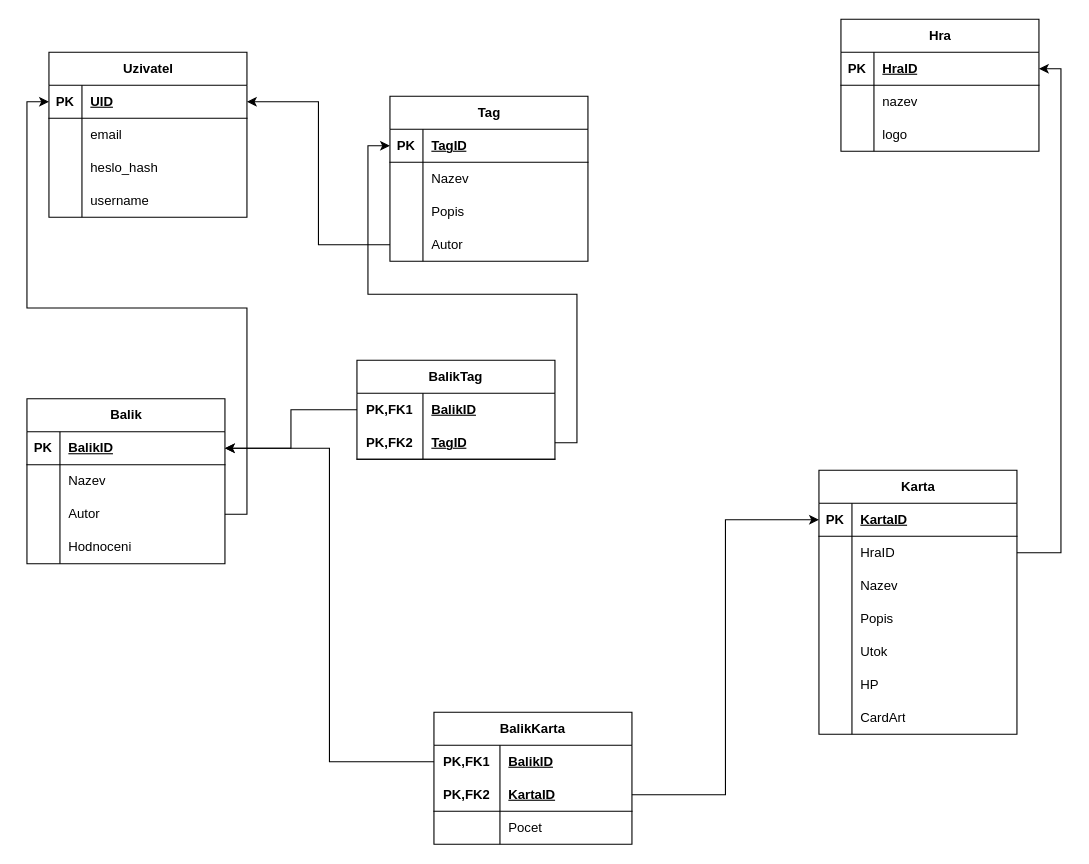
Above: Untitled Diagram.drawio in mtjchm/dobraOtazka (draw.io), before the change. Source tidied: cells renumbered, new cells numbered last; positions are measured from the earlier drawing's top-left corner, leaving out a move shared by most shapes. Both pictures are drawn from the tidied source at 110%, with x=0, y=0 at pixel (26, 19).
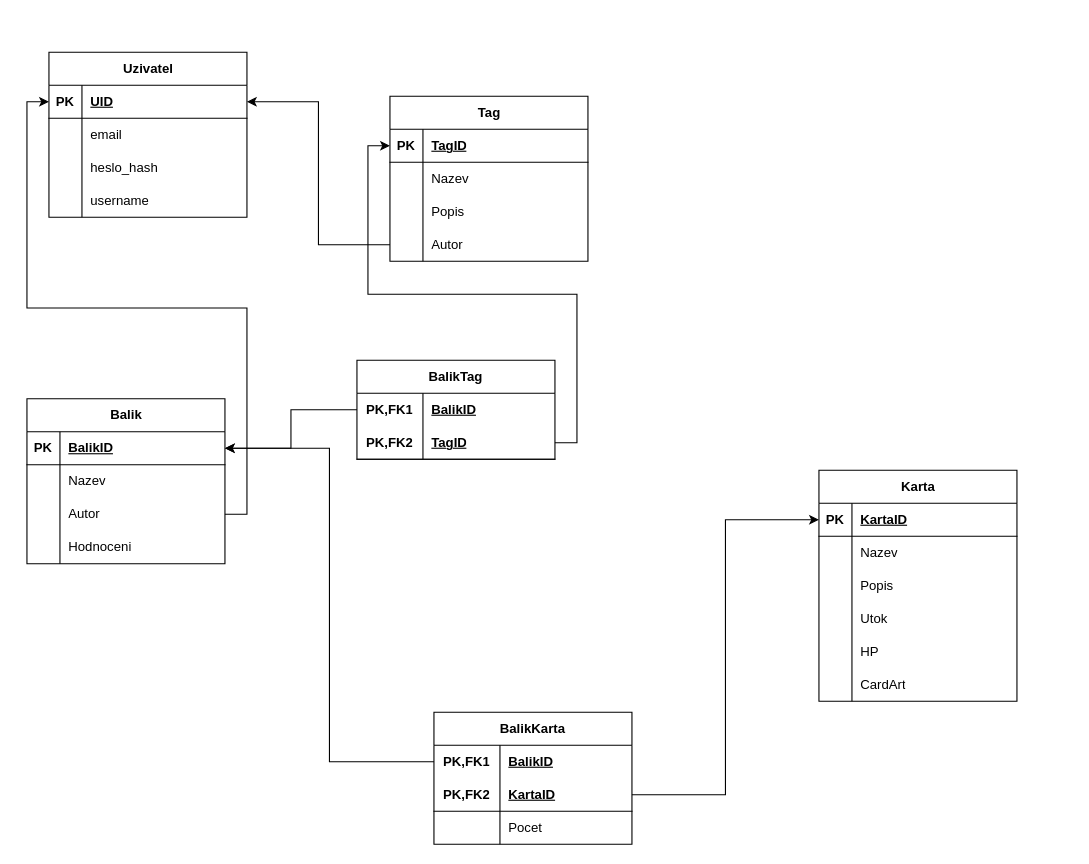
The same diagram, later.

Commit message (it also covers changes not shown here):
Update SQL and drawio diagram

Change to the diagram source:
```diff
@@
-    <mxCell id="15" value="Hra" style="shape=table;startSize=30;childLayout=tableLayout;rowLines=0;fontStyle=1;align=center;html=1;" parent="1" vertex="1">
-      <mxGeometry x="740" width="180" height="120" as="geometry" />
-    </mxCell>
-    <mxCell id="16" style="shape=tableRow;horizontal=0;startSize=0;swimlaneHead=0;swimlaneBody=0;fillColor=none;points=[[0,0.5],[1,0.5]];portConstraint=eastwest;top=0;left=0;right=0;bottom=1;" parent="15" vertex="1">
-      <mxGeometry y="30" width="180" height="30" as="geometry" />
-    </mxCell>
-    <mxCell id="17" value="PK" style="shape=partialRectangle;fillColor=none;top=0;left=0;bottom=0;right=0;fontStyle=1;overflow=hidden;whiteSpace=wrap;html=1;" parent="16" vertex="1">
-      <mxGeometry width="30" height="30" as="geometry" />
-    </mxCell>
-    <mxCell id="18" value="HraID" style="shape=partialRectangle;fillColor=none;top=0;left=0;bottom=0;right=0;align=left;spacingLeft=6;fontStyle=5;overflow=hidden;whiteSpace=wrap;html=1;" parent="16" vertex="1">
-      <mxGeometry x="30" width="150" height="30" as="geometry" />
-    </mxCell>
-    <mxCell id="19" style="shape=tableRow;horizontal=0;startSize=0;swimlaneHead=0;swimlaneBody=0;fillColor=none;top=0;left=0;right=0;bottom=0;" parent="15" vertex="1">
-      <mxGeometry y="60" width="180" height="30" as="geometry" />
-    </mxCell>
-    <mxCell id="20" style="shape=partialRectangle;fillColor=none;top=0;left=0;bottom=0;right=0;overflow=hidden;whiteSpace=wrap;html=1;" parent="19" vertex="1">
-      <mxGeometry width="30" height="30" as="geometry" />
-    </mxCell>
-    <mxCell id="21" value="nazev" style="shape=partialRectangle;fillColor=none;top=0;left=0;bottom=0;right=0;align=left;spacingLeft=6;overflow=hidden;whiteSpace=wrap;html=1;" parent="19" vertex="1">
-      <mxGeometry x="30" width="150" height="30" as="geometry" />
-    </mxCell>
-    <mxCell id="22" style="shape=tableRow;horizontal=0;startSize=0;swimlaneHead=0;swimlaneBody=0;fillColor=none;top=0;left=0;right=0;bottom=0;" parent="15" vertex="1">
-      <mxGeometry y="90" width="180" height="30" as="geometry" />
-    </mxCell>
-    <mxCell id="23" style="shape=partialRectangle;fillColor=none;top=0;left=0;bottom=0;right=0;overflow=hidden;whiteSpace=wrap;html=1;" parent="22" vertex="1">
-      <mxGeometry width="30" height="30" as="geometry" />
-    </mxCell>
-    <mxCell id="24" value="logo" style="shape=partialRectangle;fillColor=none;top=0;left=0;bottom=0;right=0;align=left;spacingLeft=6;overflow=hidden;whiteSpace=wrap;html=1;" parent="22" vertex="1">
-      <mxGeometry x="30" width="150" height="30" as="geometry" />
-    </mxCell>
     <mxCell id="25" value="Karta" style="shape=table;startSize=30;childLayout=tableLayout;rowLines=0;fontStyle=1;align=center;html=1;" parent="1" vertex="1">
-      <mxGeometry x="720" y="410" width="180" height="240" as="geometry" />
+      <mxGeometry x="720" y="410" width="180" height="210" as="geometry" />
     </mxCell>
@@
-    <mxCell id="29" style="shape=tableRow;horizontal=0;startSize=0;swimlaneHead=0;swimlaneBody=0;fillColor=none;points=[[0,0.5],[1,0.5]];portConstraint=eastwest;top=0;left=0;right=0;bottom=0;" parent="25" vertex="1">
-      <mxGeometry y="60" width="180" height="30" as="geometry" />
-    </mxCell>
-    <mxCell id="30" style="shape=partialRectangle;fillColor=none;top=0;left=0;bottom=0;right=0;overflow=hidden;whiteSpace=wrap;html=1;" parent="29" vertex="1">
-      <mxGeometry width="30" height="30" as="geometry" />
-    </mxCell>
-    <mxCell id="31" value="HraID" style="shape=partialRectangle;fillColor=none;top=0;left=0;bottom=0;right=0;align=left;spacingLeft=6;overflow=hidden;whiteSpace=wrap;html=1;" parent="29" vertex="1">
-      <mxGeometry x="30" width="150" height="30" as="geometry" />
-    </mxCell>
     <mxCell id="32" style="shape=tableRow;horizontal=0;startSize=0;swimlaneHead=0;swimlaneBody=0;fillColor=none;top=0;left=0;right=0;bottom=0;" parent="25" vertex="1">
-      <mxGeometry y="90" width="180" height="30" as="geometry" />
+      <mxGeometry y="60" width="180" height="30" as="geometry" />
     </mxCell>
@@
     <mxCell id="35" style="shape=tableRow;horizontal=0;startSize=0;swimlaneHead=0;swimlaneBody=0;fillColor=none;top=0;left=0;right=0;bottom=0;" parent="25" vertex="1">
-      <mxGeometry y="120" width="180" height="30" as="geometry" />
+      <mxGeometry y="90" width="180" height="30" as="geometry" />
     </mxCell>
@@
     <mxCell id="38" style="shape=tableRow;horizontal=0;startSize=0;swimlaneHead=0;swimlaneBody=0;fillColor=none;top=0;left=0;right=0;bottom=0;" parent="25" vertex="1">
-      <mxGeometry y="150" width="180" height="30" as="geometry" />
+      <mxGeometry y="120" width="180" height="30" as="geometry" />
     </mxCell>
@@
     <mxCell id="41" style="shape=tableRow;horizontal=0;startSize=0;swimlaneHead=0;swimlaneBody=0;fillColor=none;top=0;left=0;right=0;bottom=0;" parent="25" vertex="1">
-      <mxGeometry y="180" width="180" height="30" as="geometry" />
+      <mxGeometry y="150" width="180" height="30" as="geometry" />
     </mxCell>
@@
     <mxCell id="44" style="shape=tableRow;horizontal=0;startSize=0;swimlaneHead=0;swimlaneBody=0;fillColor=none;top=0;left=0;right=0;bottom=0;" parent="25" vertex="1">
-      <mxGeometry y="210" width="180" height="30" as="geometry" />
+      <mxGeometry y="180" width="180" height="30" as="geometry" />
     </mxCell>
@@
-    <mxCell id="47" style="edgeStyle=orthogonalEdgeStyle;rounded=0;jettySize=auto;html=1;entryX=1;entryY=0.5;entryDx=0;entryDy=0;" parent="1" edge="1" source="29" target="16">
-      <mxGeometry relative="1" as="geometry" />
-    </mxCell>
```
